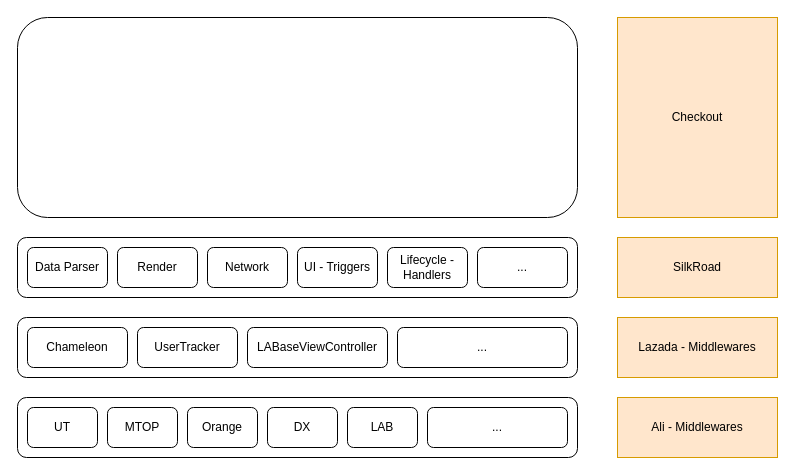
Above: Untitled Diagram.drawio in TIEmerald/Draw_io_Repository (draw.io), before the change. Source tidied: cells renumbered, new cells numbered last; positions are measured from the earlier drawing's top-left corner, leaving out a move shared by most shapes. Both pictures are drawn from the tidied source at 100%, with x=0, y=0 at pixel (17, 17).
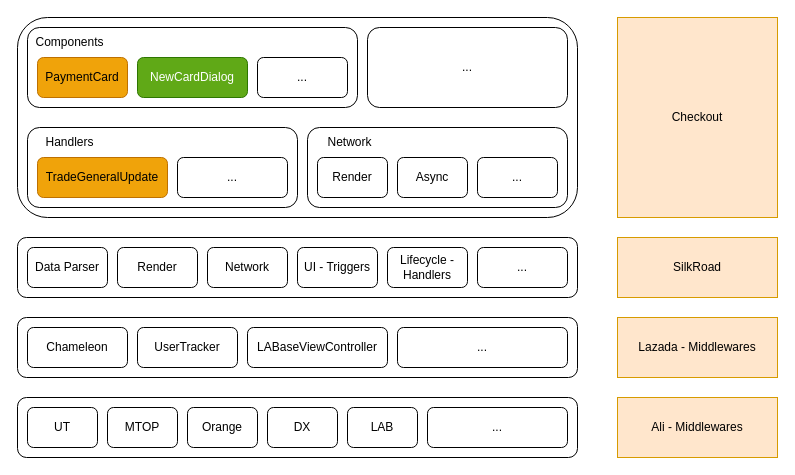
The same page after the edit.

Commit message:
Finalize Checkout Structure

The edit, as a diff of the source:
```diff
@@
+    <mxCell id="26" style="rounded=1;whiteSpace=wrap;html=1;" parent="1" vertex="1">
+      <mxGeometry x="10" y="10" width="330" height="80" as="geometry" />
+    </mxCell>
+    <mxCell id="27" value="Components" style="text;html=1;strokeColor=none;fillColor=none;align=center;verticalAlign=middle;whiteSpace=wrap;rounded=0;" parent="1" vertex="1">
+      <mxGeometry x="10" y="10" width="85" height="30" as="geometry" />
+    </mxCell>
+    <mxCell id="28" value="PaymentCard" style="rounded=1;whiteSpace=wrap;html=1;fillColor=#f0a30a;strokeColor=#BD7000;fontColor=#000000;" parent="1" vertex="1">
+      <mxGeometry x="20" y="40" width="90" height="40" as="geometry" />
+    </mxCell>
+    <mxCell id="29" style="rounded=1;whiteSpace=wrap;html=1;" parent="1" vertex="1">
+      <mxGeometry x="10" y="110" width="270" height="80" as="geometry" />
+    </mxCell>
+    <mxCell id="30" value="Handlers" style="text;html=1;strokeColor=none;fillColor=none;align=center;verticalAlign=middle;whiteSpace=wrap;rounded=0;" parent="1" vertex="1">
+      <mxGeometry x="10" y="110" width="85" height="30" as="geometry" />
+    </mxCell>
+    <mxCell id="31" value="TradeGeneralUpdate" style="rounded=1;whiteSpace=wrap;html=1;fillColor=#f0a30a;fontColor=#000000;strokeColor=#BD7000;" parent="1" vertex="1">
+      <mxGeometry x="20" y="140" width="130" height="40" as="geometry" />
+    </mxCell>
+    <mxCell id="32" value="..." style="rounded=1;whiteSpace=wrap;html=1;" parent="1" vertex="1">
+      <mxGeometry x="240" y="40" width="90" height="40" as="geometry" />
+    </mxCell>
+    <mxCell id="33" value="NewCardDialog" style="rounded=1;whiteSpace=wrap;html=1;fillColor=#60a917;strokeColor=#2D7600;fontColor=#ffffff;" parent="1" vertex="1">
+      <mxGeometry x="120" y="40" width="110" height="40" as="geometry" />
+    </mxCell>
+    <mxCell id="34" value="..." style="rounded=1;whiteSpace=wrap;html=1;" parent="1" vertex="1">
+      <mxGeometry x="160" y="140" width="110" height="40" as="geometry" />
+    </mxCell>
+    <mxCell id="35" style="rounded=1;whiteSpace=wrap;html=1;" parent="1" vertex="1">
+      <mxGeometry x="290" y="110" width="260" height="80" as="geometry" />
+    </mxCell>
+    <mxCell id="36" value="Network" style="text;html=1;strokeColor=none;fillColor=none;align=center;verticalAlign=middle;whiteSpace=wrap;rounded=0;" parent="1" vertex="1">
+      <mxGeometry x="290" y="110" width="85" height="30" as="geometry" />
+    </mxCell>
+    <mxCell id="37" value="..." style="rounded=1;whiteSpace=wrap;html=1;" parent="1" vertex="1">
+      <mxGeometry x="460" y="140" width="80" height="40" as="geometry" />
+    </mxCell>
+    <mxCell id="38" value="Render" style="rounded=1;whiteSpace=wrap;html=1;" parent="1" vertex="1">
+      <mxGeometry x="300" y="140" width="70" height="40" as="geometry" />
+    </mxCell>
+    <mxCell id="39" value="Async" style="rounded=1;whiteSpace=wrap;html=1;" parent="1" vertex="1">
+      <mxGeometry x="380" y="140" width="70" height="40" as="geometry" />
+    </mxCell>
+    <mxCell id="40" value="..." style="rounded=1;whiteSpace=wrap;html=1;" parent="1" vertex="1">
+      <mxGeometry x="350" y="10" width="200" height="80" as="geometry" />
+    </mxCell>
```
